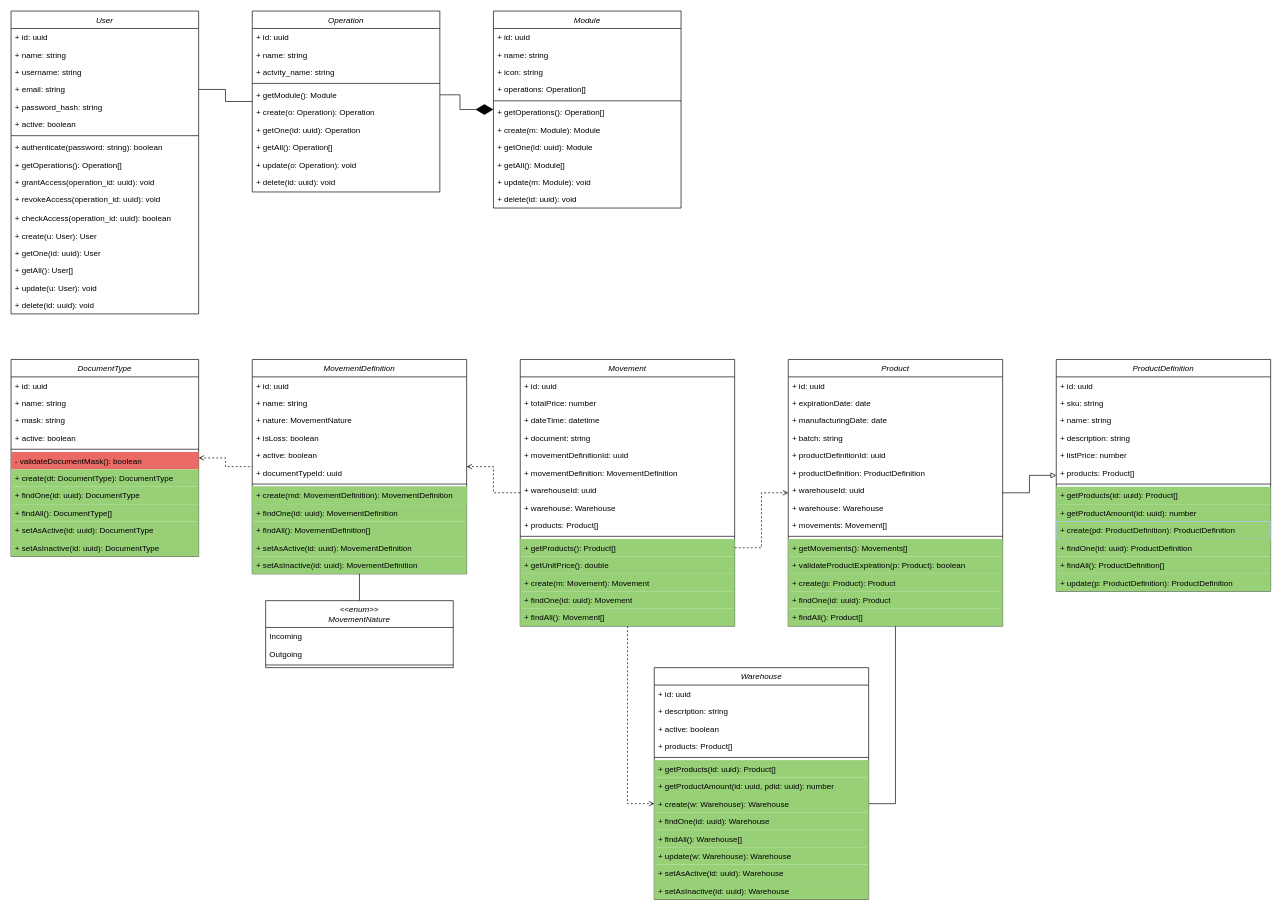
Earlier version of the draw.io diagram meta/class-diagrams.drawio (lunaboona/iam-api-nest). Source tidied: cells renumbered, new cells numbered last; positions are measured from the earlier drawing's top-left corner, leaving out a move shared by most shapes. Both pictures are drawn from the tidied source at 67%, with x=0, y=0 at pixel (11, 11).
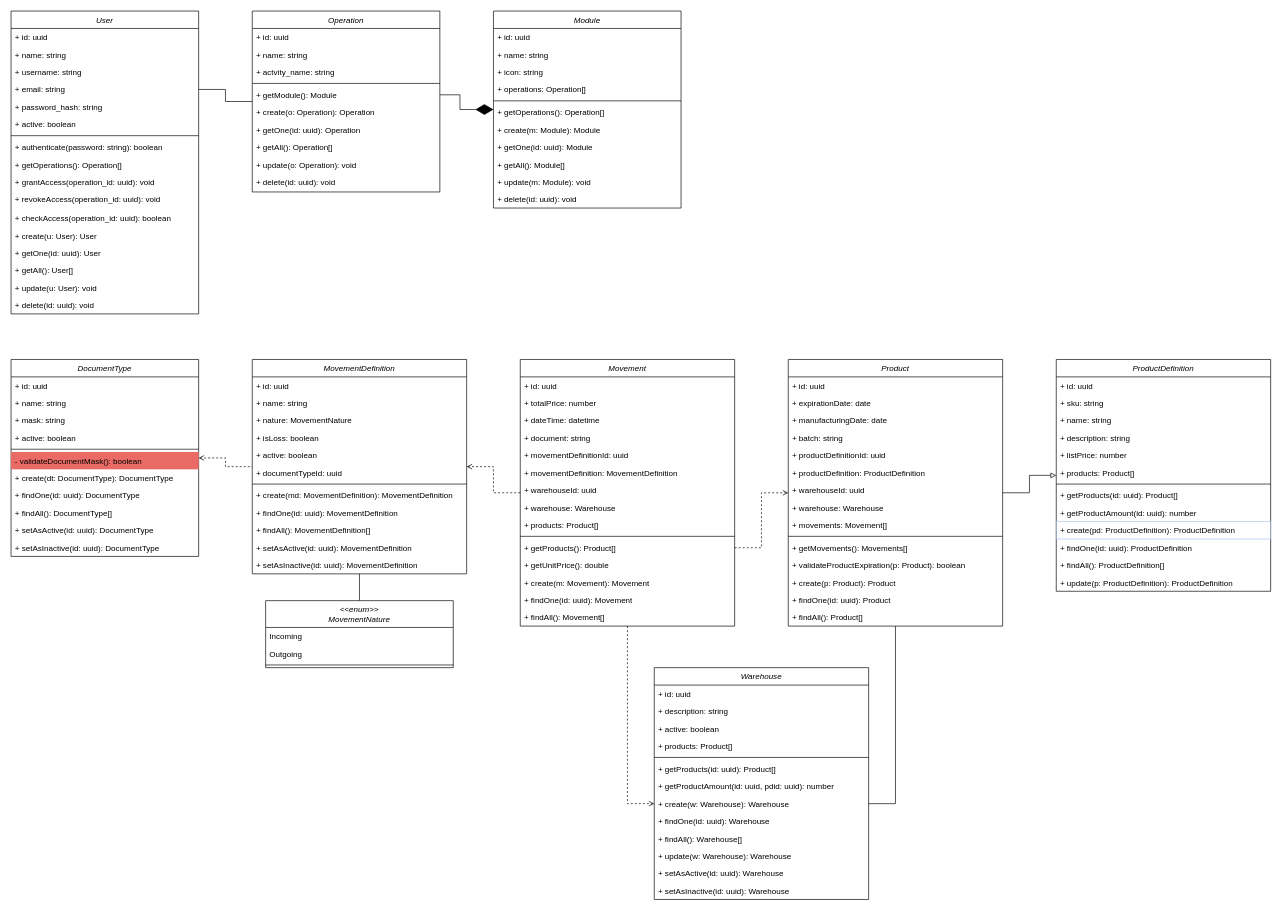
The same page after the edit.

Commit message (it also covers changes not shown here):
update class diagram

The change refers to these unchanged cells:
```xml
<mxCell id="46" value="DocumentType" style="swimlane;fontStyle=2;align=center;verticalAlign=top;horizontal=1;startSize=26;rounded=0;shadow=0;strokeWidth=1;" parent="1" vertex="1">
  <mxGeometry y="520" width="280" height="294" as="geometry" />
</mxCell>
<mxCell id="58" value="MovementDefinition" style="swimlane;fontStyle=2;align=center;verticalAlign=top;horizontal=1;startSize=26;rounded=0;shadow=0;strokeWidth=1;" parent="1" vertex="1">
  <mxGeometry x="360" y="520" width="320" height="320" as="geometry" />
</mxCell>
<mxCell id="74" value="Movement" style="swimlane;fontStyle=2;align=center;verticalAlign=top;horizontal=1;startSize=26;rounded=0;shadow=0;strokeWidth=1;" parent="1" vertex="1">
  <mxGeometry x="760" y="520" width="320" height="398" as="geometry" />
</mxCell>
<mxCell id="92" value="Product" style="swimlane;fontStyle=2;align=center;verticalAlign=top;horizontal=1;startSize=26;rounded=0;shadow=0;strokeWidth=1;" parent="1" vertex="1">
  <mxGeometry x="1160" y="520" width="320" height="398" as="geometry" />
</mxCell>
<mxCell id="108" value="ProductDefinition" style="swimlane;fontStyle=2;align=center;verticalAlign=top;horizontal=1;startSize=26;rounded=0;shadow=0;strokeWidth=1;" parent="1" vertex="1">
  <mxGeometry x="1560" y="520" width="320" height="346" as="geometry" />
</mxCell>
<mxCell id="122" value="Warehouse" style="swimlane;fontStyle=2;align=center;verticalAlign=top;horizontal=1;startSize=26;rounded=0;shadow=0;strokeWidth=1;" parent="1" vertex="1">
  <mxGeometry x="960" y="980" width="320" height="346" as="geometry" />
</mxCell>
```

Change to the diagram source:
```diff
@@
-    <mxCell id="53" value="+ create(dt: DocumentType): DocumentType" style="text;align=left;verticalAlign=top;spacingLeft=4;spacingRight=4;overflow=hidden;fontColor=#000000;fillColor=#97D077;" parent="46" vertex="1">
+    <mxCell id="53" value="+ create(dt: DocumentType): DocumentType" style="text;align=left;verticalAlign=top;spacingLeft=4;spacingRight=4;overflow=hidden;fontColor=#000000;fillColor=none;" parent="46" vertex="1">
       <mxGeometry y="164" width="280" height="26" as="geometry" />
     </mxCell>
-    <mxCell id="54" value="+ findOne(id: uuid): DocumentType" style="text;align=left;verticalAlign=top;spacingLeft=4;spacingRight=4;overflow=hidden;fontColor=#000000;fillColor=#97D077;" parent="46" vertex="1">
+    <mxCell id="54" value="+ findOne(id: uuid): DocumentType" style="text;align=left;verticalAlign=top;spacingLeft=4;spacingRight=4;overflow=hidden;fontColor=#000000;fillColor=none;" parent="46" vertex="1">
       <mxGeometry y="190" width="280" height="26" as="geometry" />
     </mxCell>
-    <mxCell id="55" value="+ findAll(): DocumentType[]" style="text;align=left;verticalAlign=top;spacingLeft=4;spacingRight=4;overflow=hidden;fontColor=#000000;fillColor=#97D077;" parent="46" vertex="1">
+    <mxCell id="55" value="+ findAll(): DocumentType[]" style="text;align=left;verticalAlign=top;spacingLeft=4;spacingRight=4;overflow=hidden;fontColor=#000000;fillColor=none;" parent="46" vertex="1">
       <mxGeometry y="216" width="280" height="26" as="geometry" />
     </mxCell>
-    <mxCell id="56" value="+ setAsActive(id: uuid): DocumentType" style="text;align=left;verticalAlign=top;spacingLeft=4;spacingRight=4;overflow=hidden;fontColor=#000000;fillColor=#97D077;" parent="46" vertex="1">
+    <mxCell id="56" value="+ setAsActive(id: uuid): DocumentType" style="text;align=left;verticalAlign=top;spacingLeft=4;spacingRight=4;overflow=hidden;fontColor=#000000;fillColor=none;" parent="46" vertex="1">
       <mxGeometry y="242" width="280" height="26" as="geometry" />
     </mxCell>
-    <mxCell id="57" value="+ setAsInactive(id: uuid): DocumentType" style="text;align=left;verticalAlign=top;spacingLeft=4;spacingRight=4;overflow=hidden;fontColor=#000000;fillColor=#97D077;" parent="46" vertex="1">
+    <mxCell id="57" value="+ setAsInactive(id: uuid): DocumentType" style="text;align=left;verticalAlign=top;spacingLeft=4;spacingRight=4;overflow=hidden;fontColor=#000000;fillColor=none;" parent="46" vertex="1">
       <mxGeometry y="268" width="280" height="26" as="geometry" />
     </mxCell>
@@
-    <mxCell id="66" value="+ create(md: MovementDefinition): MovementDefinition" style="text;align=left;verticalAlign=top;spacingLeft=4;spacingRight=4;overflow=hidden;fontColor=#000000;fillColor=#97D077;strokeColor=#97D077;" parent="58" vertex="1">
+    <mxCell id="66" value="+ create(md: MovementDefinition): MovementDefinition" style="text;align=left;verticalAlign=top;spacingLeft=4;spacingRight=4;overflow=hidden;fontColor=#000000;fillColor=none;strokeColor=none;" parent="58" vertex="1">
       <mxGeometry y="190" width="320" height="26" as="geometry" />
     </mxCell>
-    <mxCell id="67" value="+ findOne(id: uuid): MovementDefinition" style="text;align=left;verticalAlign=top;spacingLeft=4;spacingRight=4;overflow=hidden;fillColor=#97D077;" parent="58" vertex="1">
+    <mxCell id="67" value="+ findOne(id: uuid): MovementDefinition" style="text;align=left;verticalAlign=top;spacingLeft=4;spacingRight=4;overflow=hidden;fillColor=none;" parent="58" vertex="1">
       <mxGeometry y="216" width="320" height="26" as="geometry" />
     </mxCell>
-    <mxCell id="68" value="+ findAll(): MovementDefinition[]" style="text;align=left;verticalAlign=top;spacingLeft=4;spacingRight=4;overflow=hidden;fillColor=#97D077;" parent="58" vertex="1">
+    <mxCell id="68" value="+ findAll(): MovementDefinition[]" style="text;align=left;verticalAlign=top;spacingLeft=4;spacingRight=4;overflow=hidden;fillColor=none;" parent="58" vertex="1">
       <mxGeometry y="242" width="320" height="26" as="geometry" />
     </mxCell>
-    <mxCell id="69" value="+ setAsActive(id: uuid): MovementDefinition" style="text;align=left;verticalAlign=top;spacingLeft=4;spacingRight=4;overflow=hidden;fillColor=#97D077;" parent="58" vertex="1">
+    <mxCell id="69" value="+ setAsActive(id: uuid): MovementDefinition" style="text;align=left;verticalAlign=top;spacingLeft=4;spacingRight=4;overflow=hidden;fillColor=none;" parent="58" vertex="1">
       <mxGeometry y="268" width="320" height="26" as="geometry" />
     </mxCell>
-    <mxCell id="70" value="+ setAsInactive(id: uuid): MovementDefinition" style="text;align=left;verticalAlign=top;spacingLeft=4;spacingRight=4;overflow=hidden;fillColor=#97D077;" parent="58" vertex="1">
+    <mxCell id="70" value="+ setAsInactive(id: uuid): MovementDefinition" style="text;align=left;verticalAlign=top;spacingLeft=4;spacingRight=4;overflow=hidden;fillColor=none;" parent="58" vertex="1">
       <mxGeometry y="294" width="320" height="26" as="geometry" />
     </mxCell>
@@
-    <mxCell id="85" value="+ getProducts(): Product[]" style="text;align=left;verticalAlign=top;spacingLeft=4;spacingRight=4;overflow=hidden;points=[[0,0.5],[1,0.5]];portConstraint=eastwest;fillColor=#97D077;" parent="74" vertex="1">
+    <mxCell id="85" value="+ getProducts(): Product[]" style="text;align=left;verticalAlign=top;spacingLeft=4;spacingRight=4;overflow=hidden;points=[[0,0.5],[1,0.5]];portConstraint=eastwest;fillColor=none;" parent="74" vertex="1">
       <mxGeometry y="268" width="320" height="26" as="geometry" />
     </mxCell>
-    <mxCell id="86" value="+ getUnitPrice(): double" style="text;align=left;verticalAlign=top;spacingLeft=4;spacingRight=4;overflow=hidden;fillColor=#97D077;" parent="74" vertex="1">
+    <mxCell id="86" value="+ getUnitPrice(): double" style="text;align=left;verticalAlign=top;spacingLeft=4;spacingRight=4;overflow=hidden;fillColor=none;" parent="74" vertex="1">
       <mxGeometry y="294" width="320" height="26" as="geometry" />
     </mxCell>
-    <mxCell id="87" value="+ create(m: Movement): Movement" style="text;align=left;verticalAlign=top;spacingLeft=4;spacingRight=4;overflow=hidden;fillColor=#97D077;" parent="74" vertex="1">
+    <mxCell id="87" value="+ create(m: Movement): Movement" style="text;align=left;verticalAlign=top;spacingLeft=4;spacingRight=4;overflow=hidden;fillColor=none;" parent="74" vertex="1">
       <mxGeometry y="320" width="320" height="26" as="geometry" />
     </mxCell>
-    <mxCell id="88" value="+ findOne(id: uuid): Movement" style="text;align=left;verticalAlign=top;spacingLeft=4;spacingRight=4;overflow=hidden;fillColor=#97D077;" parent="74" vertex="1">
+    <mxCell id="88" value="+ findOne(id: uuid): Movement" style="text;align=left;verticalAlign=top;spacingLeft=4;spacingRight=4;overflow=hidden;fillColor=none;" parent="74" vertex="1">
       <mxGeometry y="346" width="320" height="26" as="geometry" />
     </mxCell>
-    <mxCell id="89" value="+ findAll(): Movement[]" style="text;align=left;verticalAlign=top;spacingLeft=4;spacingRight=4;overflow=hidden;fillColor=#97D077;" parent="74" vertex="1">
+    <mxCell id="89" value="+ findAll(): Movement[]" style="text;align=left;verticalAlign=top;spacingLeft=4;spacingRight=4;overflow=hidden;fillColor=none;" parent="74" vertex="1">
       <mxGeometry y="372" width="320" height="26" as="geometry" />
     </mxCell>
@@
-    <mxCell id="103" value="+ getMovements(): Movements[]" style="text;align=left;verticalAlign=top;spacingLeft=4;spacingRight=4;overflow=hidden;fillColor=#97D077;" parent="92" vertex="1">
+    <mxCell id="103" value="+ getMovements(): Movements[]" style="text;align=left;verticalAlign=top;spacingLeft=4;spacingRight=4;overflow=hidden;fillColor=none;" parent="92" vertex="1">
       <mxGeometry y="268" width="320" height="26" as="geometry" />
     </mxCell>
-    <mxCell id="104" value="+ validateProductExpiration(p: Product): boolean" style="text;align=left;verticalAlign=top;spacingLeft=4;spacingRight=4;overflow=hidden;fillColor=#97D077;" parent="92" vertex="1">
+    <mxCell id="104" value="+ validateProductExpiration(p: Product): boolean" style="text;align=left;verticalAlign=top;spacingLeft=4;spacingRight=4;overflow=hidden;fillColor=none;" parent="92" vertex="1">
       <mxGeometry y="294" width="320" height="26" as="geometry" />
     </mxCell>
-    <mxCell id="105" value="+ create(p: Product): Product" style="text;align=left;verticalAlign=top;spacingLeft=4;spacingRight=4;overflow=hidden;fillColor=#97D077;" parent="92" vertex="1">
+    <mxCell id="105" value="+ create(p: Product): Product" style="text;align=left;verticalAlign=top;spacingLeft=4;spacingRight=4;overflow=hidden;fillColor=none;" parent="92" vertex="1">
       <mxGeometry y="320" width="320" height="26" as="geometry" />
     </mxCell>
-    <mxCell id="106" value="+ findOne(id: uuid): Product" style="text;align=left;verticalAlign=top;spacingLeft=4;spacingRight=4;overflow=hidden;fillColor=#97D077;" parent="92" vertex="1">
+    <mxCell id="106" value="+ findOne(id: uuid): Product" style="text;align=left;verticalAlign=top;spacingLeft=4;spacingRight=4;overflow=hidden;fillColor=none;" parent="92" vertex="1">
       <mxGeometry y="346" width="320" height="26" as="geometry" />
     </mxCell>
-    <mxCell id="107" value="+ findAll(): Product[]" style="text;align=left;verticalAlign=top;spacingLeft=4;spacingRight=4;overflow=hidden;fillColor=#97D077;" parent="92" vertex="1">
+    <mxCell id="107" value="+ findAll(): Product[]" style="text;align=left;verticalAlign=top;spacingLeft=4;spacingRight=4;overflow=hidden;fillColor=none;" parent="92" vertex="1">
       <mxGeometry y="372" width="320" height="26" as="geometry" />
     </mxCell>
@@
-    <mxCell id="116" value="+ getProducts(id: uuid): Product[]" style="text;align=left;verticalAlign=top;spacingLeft=4;spacingRight=4;overflow=hidden;fillColor=#97D077;" parent="108" vertex="1">
+    <mxCell id="116" value="+ getProducts(id: uuid): Product[]" style="text;align=left;verticalAlign=top;spacingLeft=4;spacingRight=4;overflow=hidden;fillColor=none;" parent="108" vertex="1">
       <mxGeometry y="190" width="320" height="26" as="geometry" />
     </mxCell>
-    <mxCell id="117" value="+ getProductAmount(id: uuid): number" style="text;align=left;verticalAlign=top;spacingLeft=4;spacingRight=4;overflow=hidden;fillColor=#97D077;" parent="108" vertex="1">
+    <mxCell id="117" value="+ getProductAmount(id: uuid): number" style="text;align=left;verticalAlign=top;spacingLeft=4;spacingRight=4;overflow=hidden;fillColor=none;" parent="108" vertex="1">
       <mxGeometry y="216" width="320" height="26" as="geometry" />
     </mxCell>
-    <mxCell id="118" value="+ create(pd: ProductDefinition): ProductDefinition" style="text;align=left;verticalAlign=top;spacingLeft=4;spacingRight=4;overflow=hidden;strokeColor=#A9C4EB;fillColor=#97D077;" parent="108" vertex="1">
+    <mxCell id="118" value="+ create(pd: ProductDefinition): ProductDefinition" style="text;align=left;verticalAlign=top;spacingLeft=4;spacingRight=4;overflow=hidden;strokeColor=#A9C4EB;fillColor=none;" parent="108" vertex="1">
       <mxGeometry y="242" width="320" height="26" as="geometry" />
     </mxCell>
-    <mxCell id="119" value="+ findOne(id: uuid): ProductDefinition" style="text;align=left;verticalAlign=top;spacingLeft=4;spacingRight=4;overflow=hidden;fillColor=#97D077;" parent="108" vertex="1">
+    <mxCell id="119" value="+ findOne(id: uuid): ProductDefinition" style="text;align=left;verticalAlign=top;spacingLeft=4;spacingRight=4;overflow=hidden;fillColor=none;" parent="108" vertex="1">
       <mxGeometry y="268" width="320" height="26" as="geometry" />
     </mxCell>
-    <mxCell id="120" value="+ findAll(): ProductDefinition[]" style="text;align=left;verticalAlign=top;spacingLeft=4;spacingRight=4;overflow=hidden;fillColor=#97D077;" parent="108" vertex="1">
+    <mxCell id="120" value="+ findAll(): ProductDefinition[]" style="text;align=left;verticalAlign=top;spacingLeft=4;spacingRight=4;overflow=hidden;fillColor=none;" parent="108" vertex="1">
       <mxGeometry y="294" width="320" height="26" as="geometry" />
     </mxCell>
-    <mxCell id="121" value="+ update(p: ProductDefinition): ProductDefinition" style="text;align=left;verticalAlign=top;spacingLeft=4;spacingRight=4;overflow=hidden;fillColor=#97D077;" parent="108" vertex="1">
+    <mxCell id="121" value="+ update(p: ProductDefinition): ProductDefinition" style="text;align=left;verticalAlign=top;spacingLeft=4;spacingRight=4;overflow=hidden;fillColor=none;" parent="108" vertex="1">
       <mxGeometry y="320" width="320" height="26" as="geometry" />
     </mxCell>
@@
-    <mxCell id="128" value="+ getProducts(id: uuid): Product[]" style="text;align=left;verticalAlign=top;spacingLeft=4;spacingRight=4;overflow=hidden;fillColor=#97D077;" parent="122" vertex="1">
+    <mxCell id="128" value="+ getProducts(id: uuid): Product[]" style="text;align=left;verticalAlign=top;spacingLeft=4;spacingRight=4;overflow=hidden;fillColor=none;" parent="122" vertex="1">
       <mxGeometry y="138" width="320" height="26" as="geometry" />
     </mxCell>
-    <mxCell id="129" value="+ getProductAmount(id: uuid, pdid: uuid): number" style="text;align=left;verticalAlign=top;spacingLeft=4;spacingRight=4;overflow=hidden;fillColor=#97D077;" parent="122" vertex="1">
+    <mxCell id="129" value="+ getProductAmount(id: uuid, pdid: uuid): number" style="text;align=left;verticalAlign=top;spacingLeft=4;spacingRight=4;overflow=hidden;fillColor=none;" parent="122" vertex="1">
       <mxGeometry y="164" width="320" height="26" as="geometry" />
     </mxCell>
-    <mxCell id="130" value="+ create(w: Warehouse): Warehouse" style="text;align=left;verticalAlign=top;spacingLeft=4;spacingRight=4;overflow=hidden;points=[[0,0.5],[1,0.5]];portConstraint=eastwest;fillColor=#97D077;" parent="122" vertex="1">
+    <mxCell id="130" value="+ create(w: Warehouse): Warehouse" style="text;align=left;verticalAlign=top;spacingLeft=4;spacingRight=4;overflow=hidden;points=[[0,0.5],[1,0.5]];portConstraint=eastwest;fillColor=none;" parent="122" vertex="1">
       <mxGeometry y="190" width="320" height="26" as="geometry" />
     </mxCell>
-    <mxCell id="131" value="+ findOne(id: uuid): Warehouse" style="text;align=left;verticalAlign=top;spacingLeft=4;spacingRight=4;overflow=hidden;fillColor=#97D077;" parent="122" vertex="1">
+    <mxCell id="131" value="+ findOne(id: uuid): Warehouse" style="text;align=left;verticalAlign=top;spacingLeft=4;spacingRight=4;overflow=hidden;fillColor=none;" parent="122" vertex="1">
       <mxGeometry y="216" width="320" height="26" as="geometry" />
     </mxCell>
-    <mxCell id="132" value="+ findAll(): Warehouse[]" style="text;align=left;verticalAlign=top;spacingLeft=4;spacingRight=4;overflow=hidden;fillColor=#97D077;" parent="122" vertex="1">
+    <mxCell id="132" value="+ findAll(): Warehouse[]" style="text;align=left;verticalAlign=top;spacingLeft=4;spacingRight=4;overflow=hidden;fillColor=none;" parent="122" vertex="1">
       <mxGeometry y="242" width="320" height="26" as="geometry" />
     </mxCell>
-    <mxCell id="133" value="+ update(w: Warehouse): Warehouse" style="text;align=left;verticalAlign=top;spacingLeft=4;spacingRight=4;overflow=hidden;fillColor=#97D077;" parent="122" vertex="1">
+    <mxCell id="133" value="+ update(w: Warehouse): Warehouse" style="text;align=left;verticalAlign=top;spacingLeft=4;spacingRight=4;overflow=hidden;fillColor=none;" parent="122" vertex="1">
       <mxGeometry y="268" width="320" height="26" as="geometry" />
     </mxCell>
-    <mxCell id="134" value="+ setAsActive(id: uuid): Warehouse" style="text;align=left;verticalAlign=top;spacingLeft=4;spacingRight=4;overflow=hidden;fillColor=#97D077;" parent="122" vertex="1">
+    <mxCell id="134" value="+ setAsActive(id: uuid): Warehouse" style="text;align=left;verticalAlign=top;spacingLeft=4;spacingRight=4;overflow=hidden;fillColor=none;" parent="122" vertex="1">
       <mxGeometry y="294" width="320" height="26" as="geometry" />
     </mxCell>
-    <mxCell id="135" value="+ setAsInactive(id: uuid): Warehouse" style="text;align=left;verticalAlign=top;spacingLeft=4;spacingRight=4;overflow=hidden;fillColor=#97D077;" parent="122" vertex="1">
+    <mxCell id="135" value="+ setAsInactive(id: uuid): Warehouse" style="text;align=left;verticalAlign=top;spacingLeft=4;spacingRight=4;overflow=hidden;fillColor=none;" parent="122" vertex="1">
       <mxGeometry y="320" width="320" height="26" as="geometry" />
     </mxCell>
```
